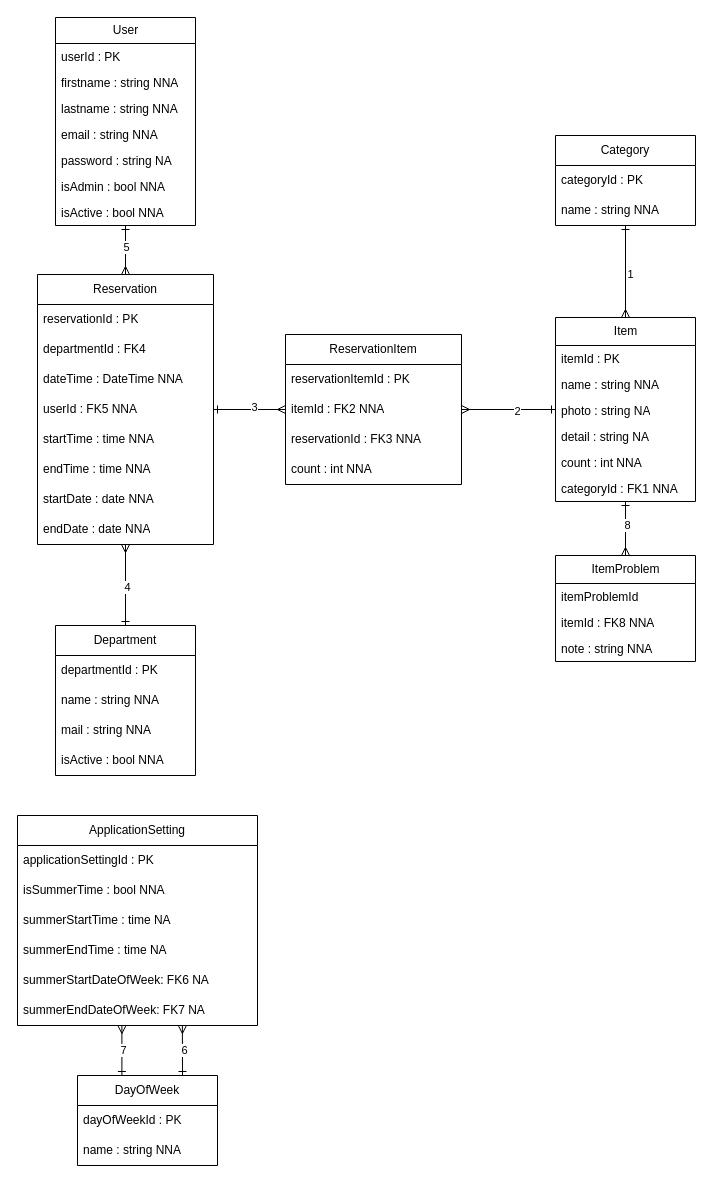
Earlier version of the draw.io diagram documents/files/ERD.drawio (Thomas-More-Digital-Innovation/2627-waai-006-Asset-Tracking-Tool). Source tidied: cells renumbered, new cells numbered last; positions are measured from the earlier drawing's top-left corner, leaving out a move shared by most shapes. Both pictures are drawn from the tidied source at 100%, with x=0, y=0 at pixel (17, 17).
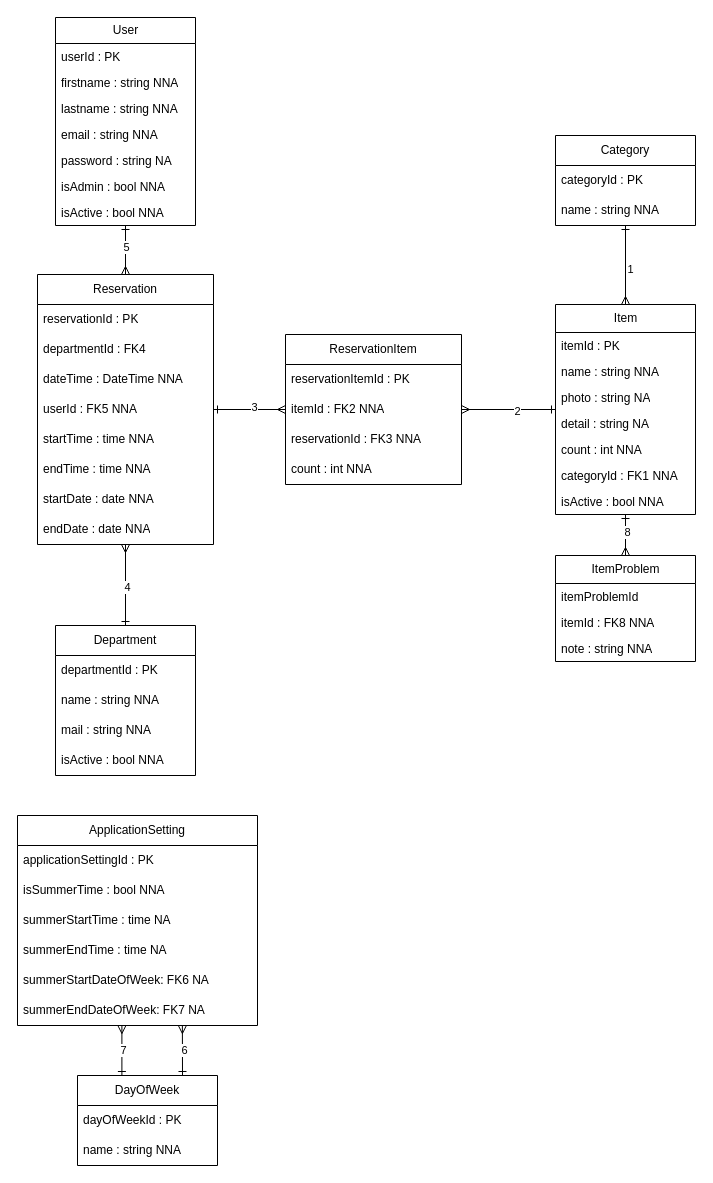
Above is the later version.

Diff of the diagram source:
```diff
@@
     <mxCell id="19" value="Item" style="swimlane;fontStyle=0;horizontal=1;startSize=28;fillColor=none;html=1;" parent="1" vertex="1">
-      <mxGeometry x="538" y="300" width="140" height="184" as="geometry" />
+      <mxGeometry x="538" y="287" width="140" height="210" as="geometry" />
     </mxCell>
@@
+    <mxCell id="69" value="isActive : bool NNA" style="text;strokeColor=none;fillColor=none;align=left;verticalAlign=top;spacingLeft=4;spacingRight=4;overflow=hidden;whiteSpace=wrap;html=1;" parent="19" vertex="1">
+      <mxGeometry y="184" width="140" height="26" as="geometry" />
+    </mxCell>
```
